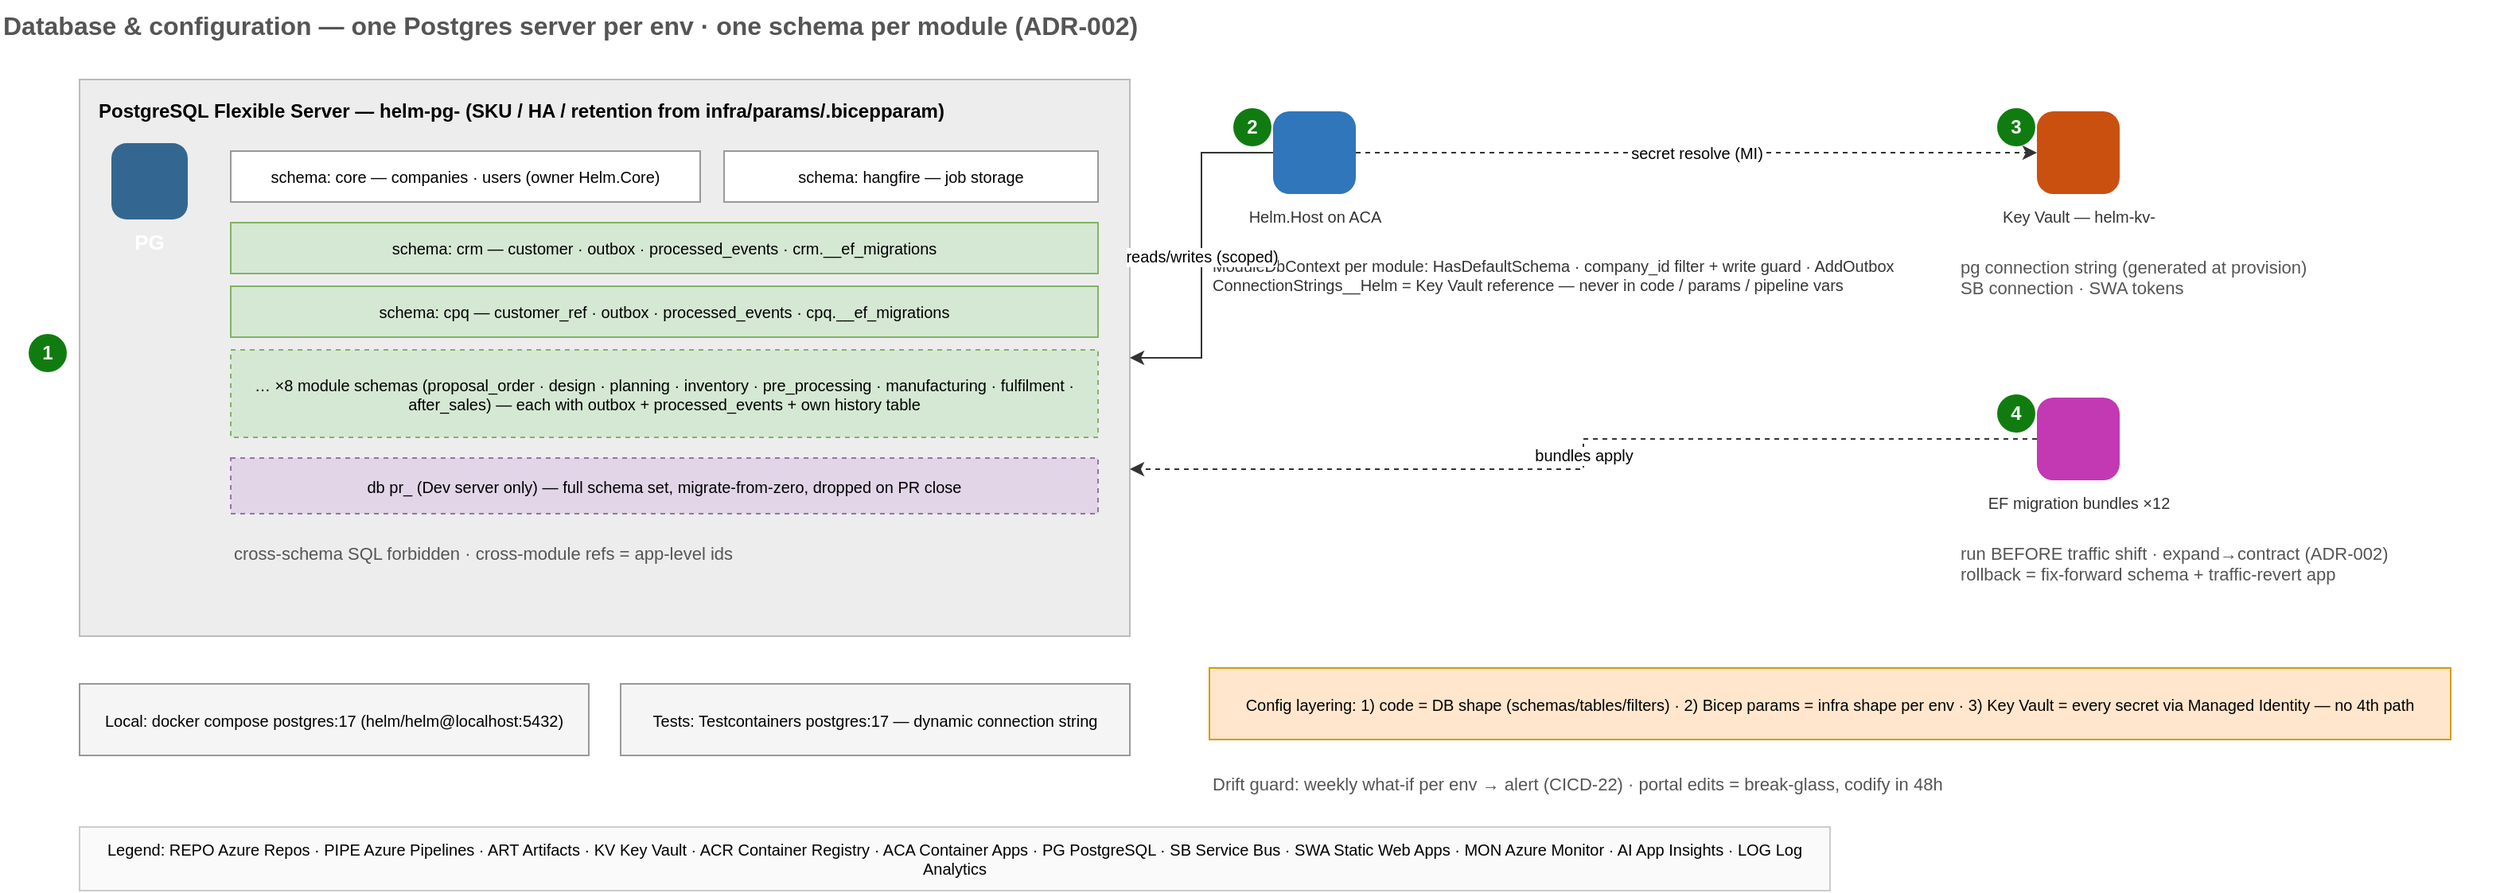
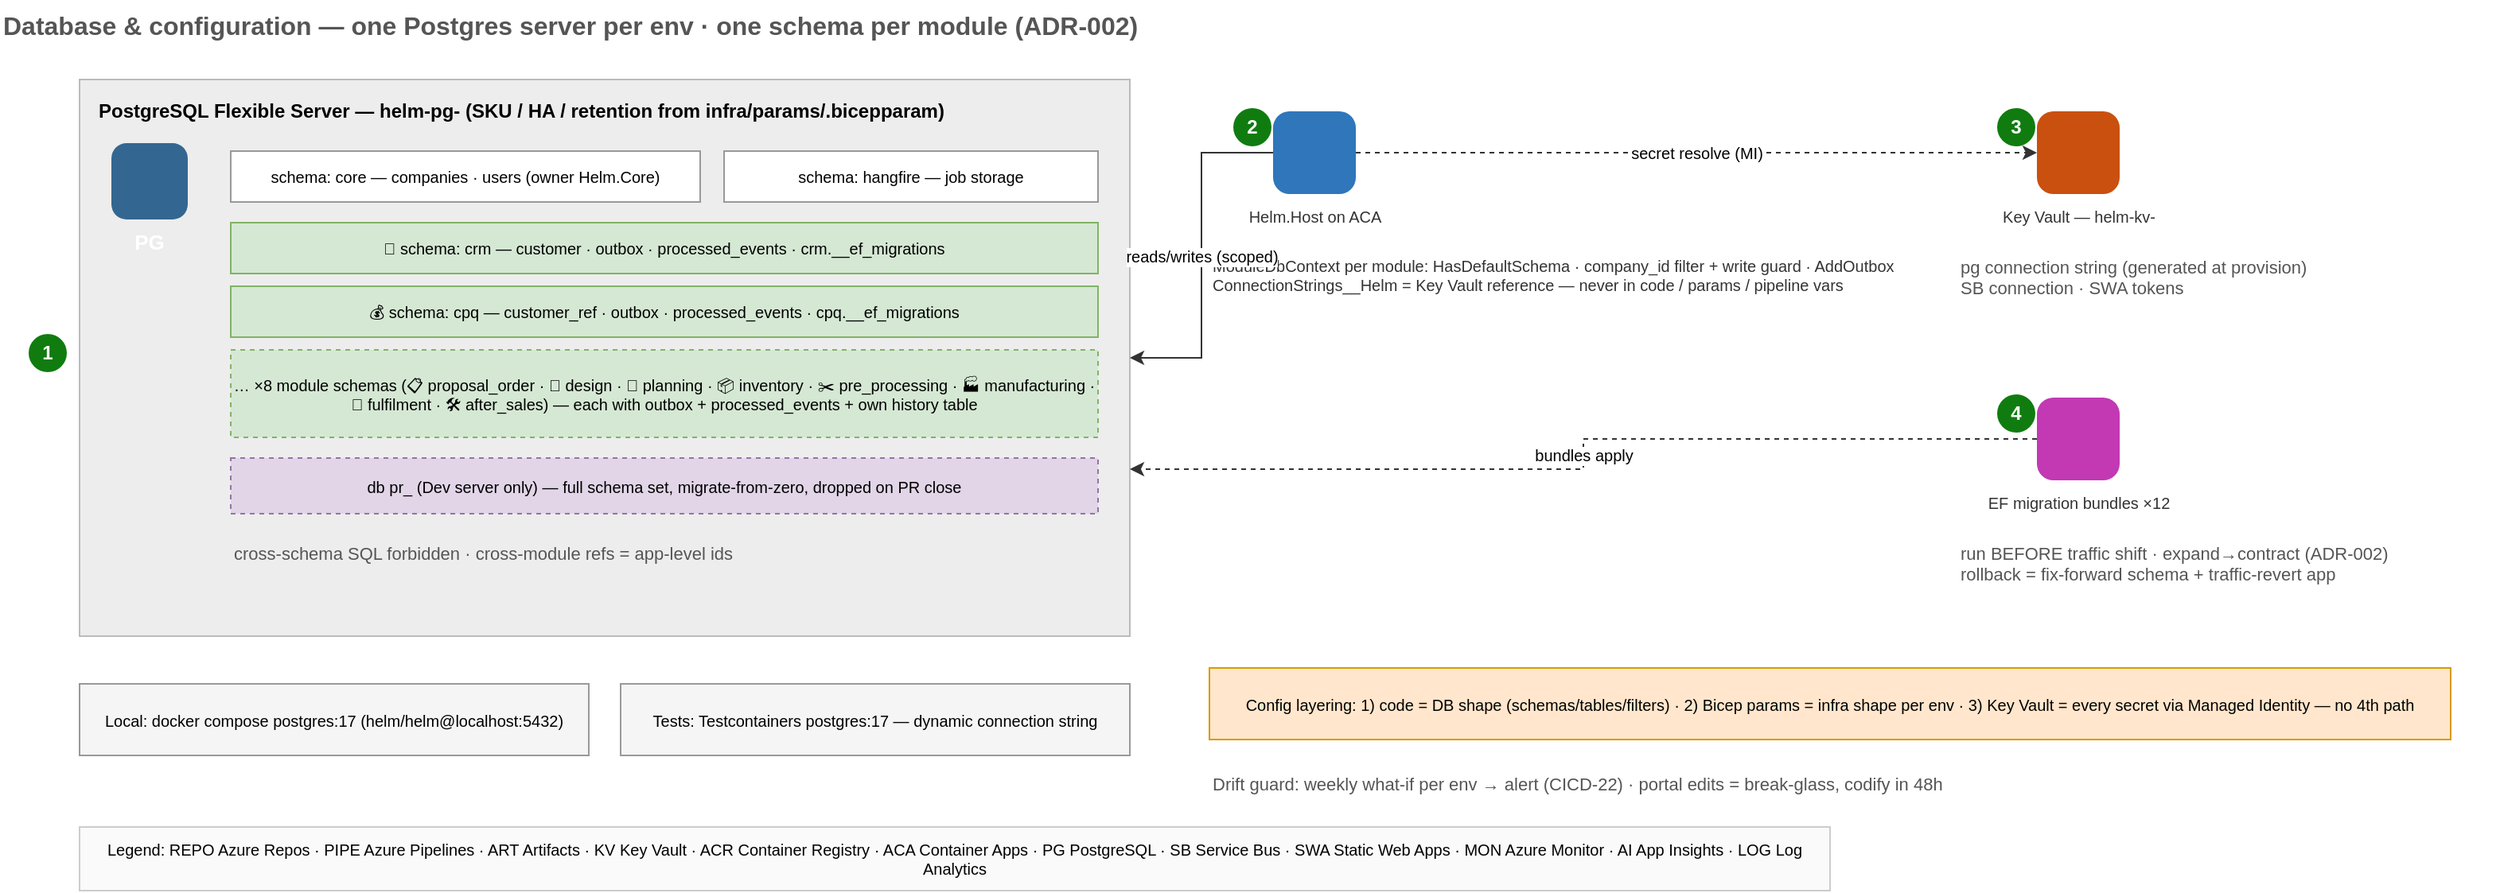
<mxfile host="app.diagrams.net" modified="2026-07-08T00:00:00.000Z" agent="helm-docs" version="24.0.0">
  <diagram id="database-config-flow" name="Database &amp; Config Flow">
    <mxGraphModel dx="1400" dy="800" grid="1" gridSize="10" guides="1" tooltips="1" connect="1" arrows="1" fold="1" page="1" pageScale="1" pageWidth="1620" pageHeight="610" math="0" shadow="0">
      <root>
        <mxCell id="0" />
        <mxCell id="1" parent="0" />
        <mxCell id="n2" value="Database &amp; configuration — one Postgres server per env · one schema per module (ADR-002)" style="text;html=1;fontSize=16;align=left;fontColor=#555555;fontStyle=1;" vertex="1" parent="1"><mxGeometry x="40" y="20" width="1300" height="30" as="geometry" /></mxCell>
        <mxCell id="n3" value="PostgreSQL Flexible Server — helm-pg-&lt;env&gt;   (SKU / HA / retention from infra/params/&lt;env&gt;.bicepparam)" style="rounded=0;whiteSpace=wrap;html=1;fillColor=#ededed;strokeColor=#bbbbbb;verticalAlign=top;align=left;spacingLeft=10;spacingTop=6;fontStyle=1;fontSize=12;" vertex="1" parent="1"><mxGeometry x="90" y="70" width="660" height="350" as="geometry" /></mxCell>
        <mxCell id="n4" value="1" style="ellipse;whiteSpace=wrap;html=1;fillColor=#107C10;strokeColor=none;fontColor=#ffffff;fontStyle=1;fontSize=12;" vertex="1" parent="1"><mxGeometry x="58" y="230" width="24" height="24" as="geometry" /></mxCell>
        <mxCell id="n5" value="PG" style="rounded=1;arcSize=20;whiteSpace=wrap;html=1;fillColor=#336791;strokeColor=none;fontColor=#ffffff;fontStyle=1;fontSize=13;verticalLabelPosition=bottom;verticalAlign=top;labelBackgroundColor=none;" vertex="1" parent="n3"><mxGeometry x="20" y="40" width="48" height="48" as="geometry" /></mxCell>
        <mxCell id="n6" value="schema: core — companies · users (owner Helm.Core)" style="rounded=0;whiteSpace=wrap;html=1;fontSize=10;fillColor=#ffffff;strokeColor=#999999;" vertex="1" parent="n3"><mxGeometry x="95" y="45" width="295" height="32" as="geometry" /></mxCell>
        <mxCell id="n7" value="schema: hangfire — job storage" style="rounded=0;whiteSpace=wrap;html=1;fontSize=10;fillColor=#ffffff;strokeColor=#999999;" vertex="1" parent="n3"><mxGeometry x="405" y="45" width="235" height="32" as="geometry" /></mxCell>
-         <mxCell id="n8" value="schema: crm — customer · outbox · processed_events · crm.__ef_migrations" style="rounded=0;whiteSpace=wrap;html=1;fontSize=10;fillColor=#d5e8d4;strokeColor=#82b366;" vertex="1" parent="n3"><mxGeometry x="95" y="90" width="545" height="32" as="geometry" /></mxCell>
-         <mxCell id="n9" value="schema: cpq — customer_ref · outbox · processed_events · cpq.__ef_migrations" style="rounded=0;whiteSpace=wrap;html=1;fontSize=10;fillColor=#d5e8d4;strokeColor=#82b366;" vertex="1" parent="n3"><mxGeometry x="95" y="130" width="545" height="32" as="geometry" /></mxCell>
-         <mxCell id="n10" value="… ×8 module schemas (proposal_order · design · planning · inventory · pre_processing · manufacturing · fulfilment · after_sales) — each with outbox + processed_events + own history table" style="rounded=0;whiteSpace=wrap;html=1;fontSize=10;fillColor=#d5e8d4;strokeColor=#82b366;dashed=1;" vertex="1" parent="n3"><mxGeometry x="95" y="170" width="545" height="55" as="geometry" /></mxCell>
+         <mxCell id="n8" value="👥 schema: crm — customer · outbox · processed_events · crm.__ef_migrations" style="rounded=0;whiteSpace=wrap;html=1;fontSize=10;fillColor=#d5e8d4;strokeColor=#82b366;" vertex="1" parent="n3"><mxGeometry x="95" y="90" width="545" height="32" as="geometry" /></mxCell>
+         <mxCell id="n9" value="💰 schema: cpq — customer_ref · outbox · processed_events · cpq.__ef_migrations" style="rounded=0;whiteSpace=wrap;html=1;fontSize=10;fillColor=#d5e8d4;strokeColor=#82b366;" vertex="1" parent="n3"><mxGeometry x="95" y="130" width="545" height="32" as="geometry" /></mxCell>
+         <mxCell id="n10" value="… ×8 module schemas (📋 proposal_order · 📐 design · 📅 planning · 📦 inventory · ✂️ pre_processing · 🏭 manufacturing · 🚚 fulfilment · 🛠️ after_sales) — each with outbox + processed_events + own history table" style="rounded=0;whiteSpace=wrap;html=1;fontSize=10;fillColor=#d5e8d4;strokeColor=#82b366;dashed=1;" vertex="1" parent="n3"><mxGeometry x="95" y="170" width="545" height="55" as="geometry" /></mxCell>
        <mxCell id="n11" value="db pr_&lt;id&gt; (Dev server only) — full schema set, migrate-from-zero, dropped on PR close" style="rounded=0;whiteSpace=wrap;html=1;fontSize=10;fillColor=#e1d5e7;strokeColor=#9673a6;dashed=1;" vertex="1" parent="n3"><mxGeometry x="95" y="238" width="545" height="35" as="geometry" /></mxCell>
        <mxCell id="n12" value="cross-schema SQL forbidden · cross-module refs = app-level ids" style="text;html=1;fontSize=11;align=left;fontColor=#555555;" vertex="1" parent="n3"><mxGeometry x="95" y="285" width="540" height="25" as="geometry" /></mxCell>
        <mxCell id="n13" value="ACA" style="rounded=1;arcSize=20;whiteSpace=wrap;html=1;fillColor=#2F76BB;strokeColor=none;fontColor=#ffffff;fontStyle=1;fontSize=13;verticalLabelPosition=bottom;verticalAlign=top;labelBackgroundColor=none;" vertex="1" parent="1"><mxGeometry x="840" y="90" width="52" height="52" as="geometry" /></mxCell>
        <mxCell id="n14" value="Helm.Host on ACA" style="text;html=1;fontSize=10;align=center;fontColor=#333333;" vertex="1" parent="1"><mxGeometry x="818" y="144" width="96" height="28" as="geometry" /></mxCell>
        <mxCell id="n15" value="2" style="ellipse;whiteSpace=wrap;html=1;fillColor=#107C10;strokeColor=none;fontColor=#ffffff;fontStyle=1;fontSize=12;" vertex="1" parent="1"><mxGeometry x="815" y="88" width="24" height="24" as="geometry" /></mxCell>
        <mxCell id="n16" value="ModuleDbContext&lt;T&gt; per module: HasDefaultSchema · company_id filter + write guard · AddOutbox&#10;ConnectionStrings__Helm = Key Vault reference — never in code / params / pipeline vars" style="text;html=1;fontSize=10;align=left;verticalAlign=top;fontColor=#333333;" vertex="1" parent="1"><mxGeometry x="800" y="175" width="430" height="55" as="geometry" /></mxCell>
        <mxCell id="n17" value="KV" style="rounded=1;arcSize=20;whiteSpace=wrap;html=1;fillColor=#CA5010;strokeColor=none;fontColor=#ffffff;fontStyle=1;fontSize=13;verticalLabelPosition=bottom;verticalAlign=top;labelBackgroundColor=none;" vertex="1" parent="1"><mxGeometry x="1320" y="90" width="52" height="52" as="geometry" /></mxCell>
        <mxCell id="n18" value="Key Vault — helm-kv-&lt;env&gt;" style="text;html=1;fontSize=10;align=center;fontColor=#333333;" vertex="1" parent="1"><mxGeometry x="1298" y="144" width="96" height="28" as="geometry" /></mxCell>
        <mxCell id="n19" value="3" style="ellipse;whiteSpace=wrap;html=1;fillColor=#107C10;strokeColor=none;fontColor=#ffffff;fontStyle=1;fontSize=12;" vertex="1" parent="1"><mxGeometry x="1295" y="88" width="24" height="24" as="geometry" /></mxCell>
        <mxCell id="n20" value="pg connection string (generated at provision)&#10;SB connection · SWA tokens" style="text;html=1;fontSize=11;align=left;fontColor=#555555;" vertex="1" parent="1"><mxGeometry x="1270" y="175" width="320" height="40" as="geometry" /></mxCell>
        <mxCell id="n21" value="ART" style="rounded=1;arcSize=20;whiteSpace=wrap;html=1;fillColor=#C239B3;strokeColor=none;fontColor=#ffffff;fontStyle=1;fontSize=13;verticalLabelPosition=bottom;verticalAlign=top;labelBackgroundColor=none;" vertex="1" parent="1"><mxGeometry x="1320" y="270" width="52" height="52" as="geometry" /></mxCell>
        <mxCell id="n22" value="EF migration bundles ×12" style="text;html=1;fontSize=10;align=center;fontColor=#333333;" vertex="1" parent="1"><mxGeometry x="1298" y="324" width="96" height="28" as="geometry" /></mxCell>
        <mxCell id="n23" value="4" style="ellipse;whiteSpace=wrap;html=1;fillColor=#107C10;strokeColor=none;fontColor=#ffffff;fontStyle=1;fontSize=12;" vertex="1" parent="1"><mxGeometry x="1295" y="268" width="24" height="24" as="geometry" /></mxCell>
        <mxCell id="n24" value="run BEFORE traffic shift · expand→contract (ADR-002)&#10;rollback = fix-forward schema + traffic-revert app" style="text;html=1;fontSize=11;align=left;fontColor=#555555;" vertex="1" parent="1"><mxGeometry x="1270" y="355" width="340" height="40" as="geometry" /></mxCell>
        <mxCell id="n25" value="Config layering: 1) code = DB shape (schemas/tables/filters) · 2) Bicep params = infra shape per env · 3) Key Vault = every secret via Managed Identity — no 4th path" style="rounded=0;whiteSpace=wrap;html=1;fontSize=10;fillColor=#ffe6cc;strokeColor=#d79b00;" vertex="1" parent="1"><mxGeometry x="800" y="440" width="780" height="45" as="geometry" /></mxCell>
        <mxCell id="n26" value="Local: docker compose postgres:17 (helm/helm@localhost:5432)" style="rounded=0;whiteSpace=wrap;html=1;fontSize=10;fillColor=#f5f5f5;strokeColor=#999999;" vertex="1" parent="1"><mxGeometry x="90" y="450" width="320" height="45" as="geometry" /></mxCell>
        <mxCell id="n27" value="Tests: Testcontainers postgres:17 — dynamic connection string" style="rounded=0;whiteSpace=wrap;html=1;fontSize=10;fillColor=#f5f5f5;strokeColor=#999999;" vertex="1" parent="1"><mxGeometry x="430" y="450" width="320" height="45" as="geometry" /></mxCell>
        <mxCell id="n28" value="Drift guard: weekly what-if per env → alert (CICD-22) · portal edits = break-glass, codify in 48h" style="text;html=1;fontSize=11;align=left;fontColor=#555555;" vertex="1" parent="1"><mxGeometry x="800" y="500" width="700" height="25" as="geometry" /></mxCell>
        <mxCell id="n29" value="reads/writes (scoped)" style="edgeStyle=orthogonalEdgeStyle;rounded=0;html=1;fontSize=10;strokeColor=#333333;" edge="1" parent="1" source="n13" target="n3"><mxGeometry relative="1" as="geometry" /></mxCell>
        <mxCell id="n30" value="secret resolve (MI)" style="edgeStyle=orthogonalEdgeStyle;rounded=0;html=1;fontSize=10;strokeColor=#333333;dashed=1;" edge="1" parent="1" source="n13" target="n17"><mxGeometry relative="1" as="geometry" /></mxCell>
        <mxCell id="n31" value="bundles apply" style="edgeStyle=orthogonalEdgeStyle;rounded=0;html=1;fontSize=10;strokeColor=#333333;dashed=1;entryX=1;entryY=0.7;entryDx=0;entryDy=0;" edge="1" parent="1" source="n21" target="n3"><mxGeometry relative="1" as="geometry" /></mxCell>
        <mxCell id="n32" value="Legend:  REPO Azure Repos · PIPE Azure Pipelines · ART Artifacts · KV Key Vault · ACR Container Registry · ACA Container Apps · PG PostgreSQL · SB Service Bus · SWA Static Web Apps · MON Azure Monitor · AI App Insights · LOG Log Analytics" style="rounded=0;whiteSpace=wrap;html=1;fontSize=10;fillColor=#fafafa;strokeColor=#cccccc;" vertex="1" parent="1"><mxGeometry x="90" y="540" width="1100" height="40" as="geometry" /></mxCell>
      </root>
    </mxGraphModel>
  </diagram>
</mxfile>
